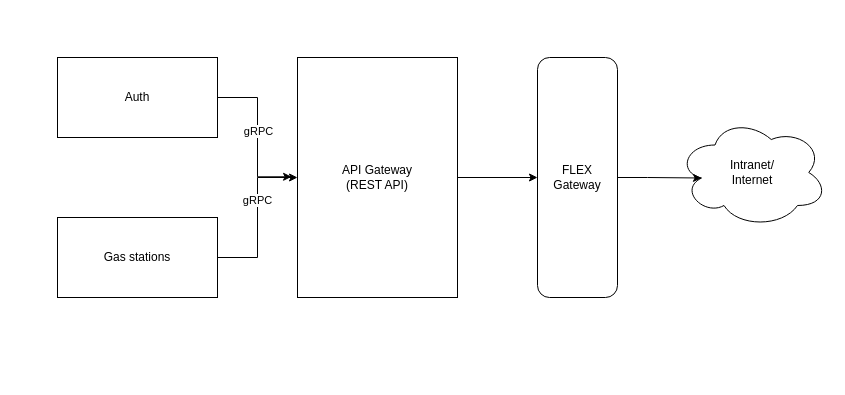
scrodrig/Diagrams keeps this draw.io diagram as drawio/mams/dd-twins/grpc.drawio. Above is the earlier version. Source tidied: cells renumbered, new cells numbered last; positions are measured from the earlier drawing's top-left corner, leaving out a move shared by most shapes. Both pictures are drawn from the tidied source at 100%, with x=0, y=0 at pixel (57, 57). Pictures stored in the file or linked from it are replaced by grey dashed boxes.
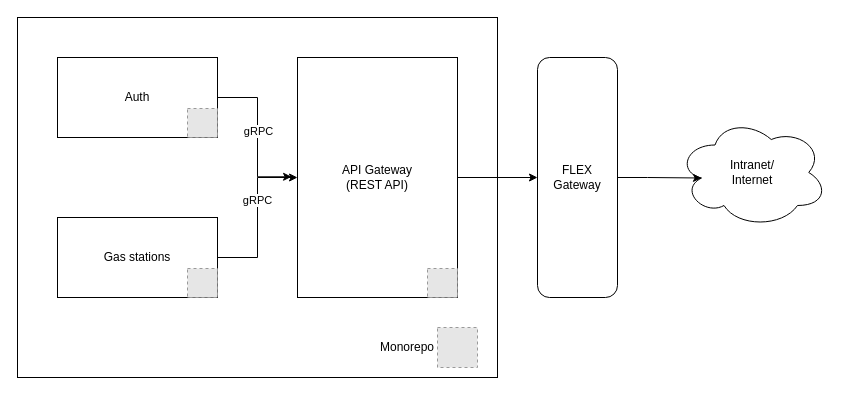
Above is the later version.

Diff of the diagram source:
```diff
@@
 <mxGraphModel>
   <root>
     <mxCell id="0" />
     <mxCell id="1" parent="0" />
+    <mxCell id="13" style="rounded=0;whiteSpace=wrap;html=1;" parent="1" vertex="1">
+      <mxGeometry x="-40" y="-40" width="480" height="360" as="geometry" />
+    </mxCell>
     <mxCell id="2" value="Auth" style="rounded=0;whiteSpace=wrap;html=1;" parent="1" vertex="1">
       <mxGeometry width="160" height="80" as="geometry" />
     </mxCell>
     <mxCell id="3" style="edgeStyle=orthogonalEdgeStyle;rounded=0;jettySize=auto;html=1;entryX=0;entryY=0.5;entryDx=0;entryDy=0;" parent="1" edge="1" source="5" target="7">
       <mxGeometry relative="1" as="geometry" />
     </mxCell>
     <mxCell id="4" value="gRPC" style="edgeLabel;html=1;align=center;verticalAlign=middle;" parent="3" vertex="1">
       <mxGeometry x="0.23" y="1" relative="1" as="geometry" />
     </mxCell>
     <mxCell id="5" value="Gas stations" style="rounded=0;whiteSpace=wrap;html=1;" parent="1" vertex="1">
       <mxGeometry y="160" width="160" height="80" as="geometry" />
     </mxCell>
     <mxCell id="6" style="edgeStyle=orthogonalEdgeStyle;rounded=0;jettySize=auto;html=1;" parent="1" edge="1" source="7" target="11">
       <mxGeometry relative="1" as="geometry" />
     </mxCell>
     <mxCell id="7" value="API Gateway&lt;div&gt;(REST API)&lt;/div&gt;" style="rounded=0;whiteSpace=wrap;html=1;" parent="1" vertex="1">
       <mxGeometry x="240" width="160" height="240" as="geometry" />
     </mxCell>
     <mxCell id="8" style="edgeStyle=orthogonalEdgeStyle;rounded=0;jettySize=auto;html=1;entryX=-0.037;entryY=0.497;entryDx=0;entryDy=0;entryPerimeter=0;" parent="1" edge="1" source="2" target="7">
       <mxGeometry relative="1" as="geometry" />
     </mxCell>
     <mxCell id="9" value="gRPC" style="edgeLabel;html=1;align=center;verticalAlign=middle;" parent="8" vertex="1">
       <mxGeometry x="-0.05" relative="1" as="geometry" />
     </mxCell>
     <mxCell id="10" value="Intranet/&lt;div&gt;Internet&lt;/div&gt;" style="ellipse;shape=cloud;whiteSpace=wrap;html=1;" parent="1" vertex="1">
       <mxGeometry x="620" y="60" width="150" height="110" as="geometry" />
     </mxCell>
     <mxCell id="11" value="FLEX Gateway" style="rounded=1;whiteSpace=wrap;html=1;" parent="1" vertex="1">
       <mxGeometry x="480" width="80" height="240" as="geometry" />
     </mxCell>
     <mxCell id="12" style="edgeStyle=orthogonalEdgeStyle;rounded=0;jettySize=auto;html=1;entryX=0.16;entryY=0.55;entryDx=0;entryDy=0;entryPerimeter=0;" parent="1" edge="1" source="11" target="10">
       <mxGeometry relative="1" as="geometry" />
     </mxCell>
+    <mxCell id="14" style="fillColor=#E6E6E6;strokeColor=#999999;dashed=1;verticalLabelPosition=bottom;verticalAlign=top;" parent="1" vertex="1">
+      <mxGeometry x="130" y="211" width="30" height="29" as="geometry" />
+    </mxCell>
+    <mxCell id="15" style="fillColor=#E6E6E6;strokeColor=#999999;dashed=1;verticalLabelPosition=bottom;verticalAlign=top;" parent="1" vertex="1">
+      <mxGeometry x="130" y="51" width="30" height="29" as="geometry" />
+    </mxCell>
+    <mxCell id="16" style="fillColor=#E6E6E6;strokeColor=#999999;dashed=1;verticalLabelPosition=bottom;verticalAlign=top;" parent="1" vertex="1">
+      <mxGeometry x="370" y="211" width="30" height="29" as="geometry" />
+    </mxCell>
+    <mxCell id="17" style="fillColor=#E6E6E6;strokeColor=#999999;dashed=1;verticalLabelPosition=bottom;verticalAlign=top;" parent="1" vertex="1">
+      <mxGeometry x="380" y="270" width="40" height="40" as="geometry" />
+    </mxCell>
+    <mxCell id="18" value="Monorepo" style="text;html=1;align=center;verticalAlign=middle;whiteSpace=wrap;rounded=0;" parent="1" vertex="1">
+      <mxGeometry x="320" y="275" width="60" height="30" as="geometry" />
+    </mxCell>
   </root>
 </mxGraphModel>
```
